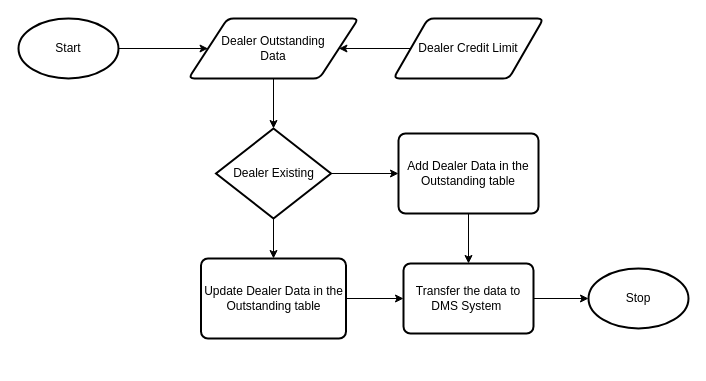
This is DMS Sales Invoice.drawio from Gowthamguru/demo, a draw.io file, before an edit. Source tidied: cells renumbered, new cells numbered last; positions are measured from the earlier drawing's top-left corner, leaving out a move shared by most shapes. Both pictures are drawn from the tidied source at 100%, with x=0, y=0 at pixel (18, 18).
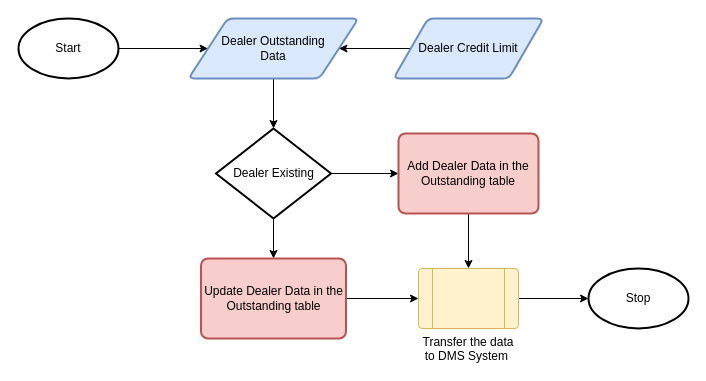
Above is the later version.

Change to the diagram source:
```diff
@@
 <mxGraphModel>
   <root>
     <mxCell id="0" />
     <mxCell id="1" parent="0" />
     <mxCell id="2" style="edgeStyle=orthogonalEdgeStyle;rounded=0;jettySize=auto;html=1;" parent="1" edge="1" source="3" target="5">
       <mxGeometry relative="1" as="geometry" />
     </mxCell>
     <mxCell id="3" value="Start" style="strokeWidth=2;html=1;shape=mxgraph.flowchart.start_1;whiteSpace=wrap;" parent="1" vertex="1">
       <mxGeometry width="100" height="60" as="geometry" />
     </mxCell>
     <mxCell id="4" style="edgeStyle=orthogonalEdgeStyle;rounded=0;jettySize=auto;html=1;" parent="1" edge="1" source="5" target="8">
       <mxGeometry relative="1" as="geometry" />
     </mxCell>
-    <mxCell id="5" value="Dealer Outstanding &lt;br&gt;Data" style="shape=parallelogram;html=1;strokeWidth=2;perimeter=parallelogramPerimeter;whiteSpace=wrap;rounded=1;arcSize=12;size=0.23;" parent="1" vertex="1">
+    <mxCell id="5" value="Dealer Outstanding &lt;br&gt;Data" style="shape=parallelogram;html=1;strokeWidth=2;perimeter=parallelogramPerimeter;whiteSpace=wrap;rounded=1;arcSize=12;size=0.23;fillColor=#dae8fc;strokeColor=#6c8ebf;" parent="1" vertex="1">
       <mxGeometry x="170" width="170" height="60" as="geometry" />
     </mxCell>
     <mxCell id="6" style="edgeStyle=orthogonalEdgeStyle;rounded=0;jettySize=auto;html=1;" parent="1" edge="1" source="8" target="12">
       <mxGeometry relative="1" as="geometry" />
     </mxCell>
     <mxCell id="7" style="edgeStyle=orthogonalEdgeStyle;rounded=0;jettySize=auto;html=1;" parent="1" edge="1" source="8" target="10">
       <mxGeometry relative="1" as="geometry" />
     </mxCell>
     <mxCell id="8" value="Dealer Existing" style="strokeWidth=2;html=1;shape=mxgraph.flowchart.decision;whiteSpace=wrap;" parent="1" vertex="1">
       <mxGeometry x="197.5" y="110" width="115" height="90" as="geometry" />
     </mxCell>
     <mxCell id="9" style="edgeStyle=orthogonalEdgeStyle;rounded=0;jettySize=auto;html=1;" parent="1" edge="1" source="10" target="16">
       <mxGeometry relative="1" as="geometry" />
     </mxCell>
-    <mxCell id="10" value="Add Dealer Data in the Outstanding table" style="rounded=1;whiteSpace=wrap;html=1;absoluteArcSize=1;arcSize=14;strokeWidth=2;" parent="1" vertex="1">
+    <mxCell id="10" value="Add Dealer Data in the Outstanding table" style="rounded=1;whiteSpace=wrap;html=1;absoluteArcSize=1;arcSize=14;strokeWidth=2;fillColor=#f8cecc;strokeColor=#b85450;" parent="1" vertex="1">
       <mxGeometry x="380" y="115" width="140" height="80" as="geometry" />
     </mxCell>
     <mxCell id="11" style="edgeStyle=orthogonalEdgeStyle;rounded=0;jettySize=auto;html=1;" parent="1" edge="1" source="12" target="16">
       <mxGeometry relative="1" as="geometry" />
     </mxCell>
-    <mxCell id="12" value="Update Dealer Data in the Outstanding table" style="rounded=1;whiteSpace=wrap;html=1;absoluteArcSize=1;arcSize=14;strokeWidth=2;" parent="1" vertex="1">
+    <mxCell id="12" value="Update Dealer Data in the Outstanding table" style="rounded=1;whiteSpace=wrap;html=1;absoluteArcSize=1;arcSize=14;strokeWidth=2;fillColor=#f8cecc;strokeColor=#b85450;" parent="1" vertex="1">
       <mxGeometry x="182.5" y="240" width="145" height="80" as="geometry" />
     </mxCell>
     <mxCell id="13" style="edgeStyle=orthogonalEdgeStyle;rounded=0;jettySize=auto;html=1;" parent="1" edge="1" source="14" target="5">
       <mxGeometry relative="1" as="geometry" />
     </mxCell>
-    <mxCell id="14" value="Dealer Credit Limit" style="shape=parallelogram;html=1;strokeWidth=2;perimeter=parallelogramPerimeter;whiteSpace=wrap;rounded=1;arcSize=12;size=0.23;" parent="1" vertex="1">
+    <mxCell id="14" value="Dealer Credit Limit" style="shape=parallelogram;html=1;strokeWidth=2;perimeter=parallelogramPerimeter;whiteSpace=wrap;rounded=1;arcSize=12;size=0.23;fillColor=#dae8fc;strokeColor=#6c8ebf;" parent="1" vertex="1">
       <mxGeometry x="375" width="150" height="60" as="geometry" />
     </mxCell>
+    <mxCell id="17" value="Stop" style="strokeWidth=2;html=1;shape=mxgraph.flowchart.start_1;whiteSpace=wrap;" parent="1" vertex="1">
+      <mxGeometry x="570" y="250" width="100" height="60" as="geometry" />
+    </mxCell>
     <mxCell id="15" style="edgeStyle=orthogonalEdgeStyle;rounded=0;jettySize=auto;html=1;" parent="1" edge="1" source="16" target="17">
       <mxGeometry relative="1" as="geometry" />
     </mxCell>
-    <mxCell id="16" value="Transfer the data to DMS System&amp;nbsp;" style="rounded=1;whiteSpace=wrap;html=1;absoluteArcSize=1;arcSize=14;strokeWidth=2;" parent="1" vertex="1">
-      <mxGeometry x="385" y="245" width="130" height="70" as="geometry" />
+    <mxCell id="16" value="Transfer the data to DMS System&amp;nbsp;" style="verticalLabelPosition=bottom;verticalAlign=top;html=1;shape=process;whiteSpace=wrap;rounded=1;size=0.14;arcSize=6;fillColor=#fff2cc;strokeColor=#d6b656;" parent="1" vertex="1">
+      <mxGeometry x="400" y="250" width="100" height="60" as="geometry" />
     </mxCell>
-    <mxCell id="17" value="Stop" style="strokeWidth=2;html=1;shape=mxgraph.flowchart.start_1;whiteSpace=wrap;" parent="1" vertex="1">
-      <mxGeometry x="570" y="250" width="100" height="60" as="geometry" />
-    </mxCell>
   </root>
 </mxGraphModel>
```
